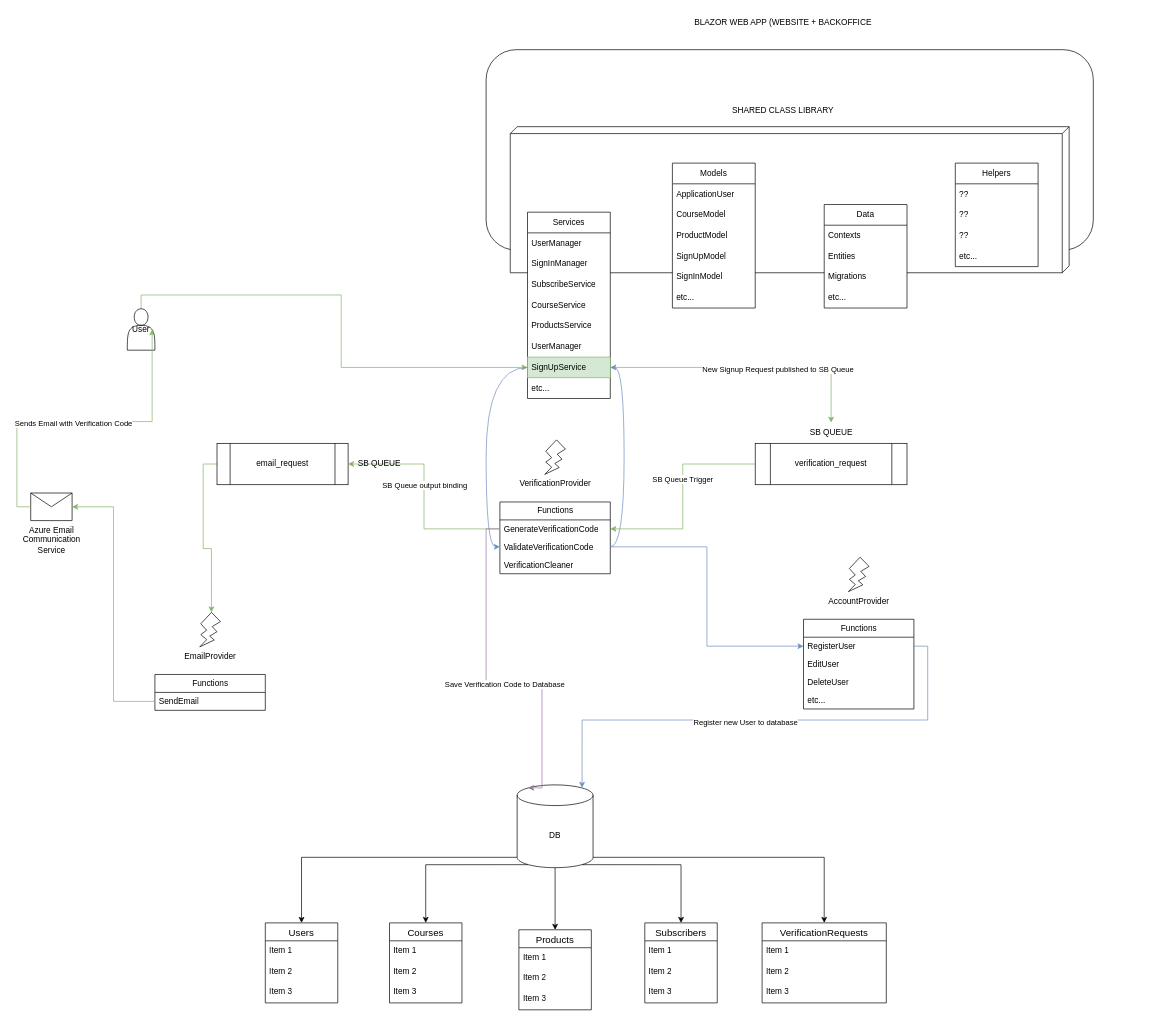
Above: silicon-infrastructure.drawio in silicon-jsb/planning (draw.io), before the change. Source tidied: cells renumbered, new cells numbered last; positions are measured from the earlier drawing's top-left corner, leaving out a move shared by most shapes. Both pictures are drawn from the tidied source at 69%, with x=0, y=0 at pixel (30, 12).
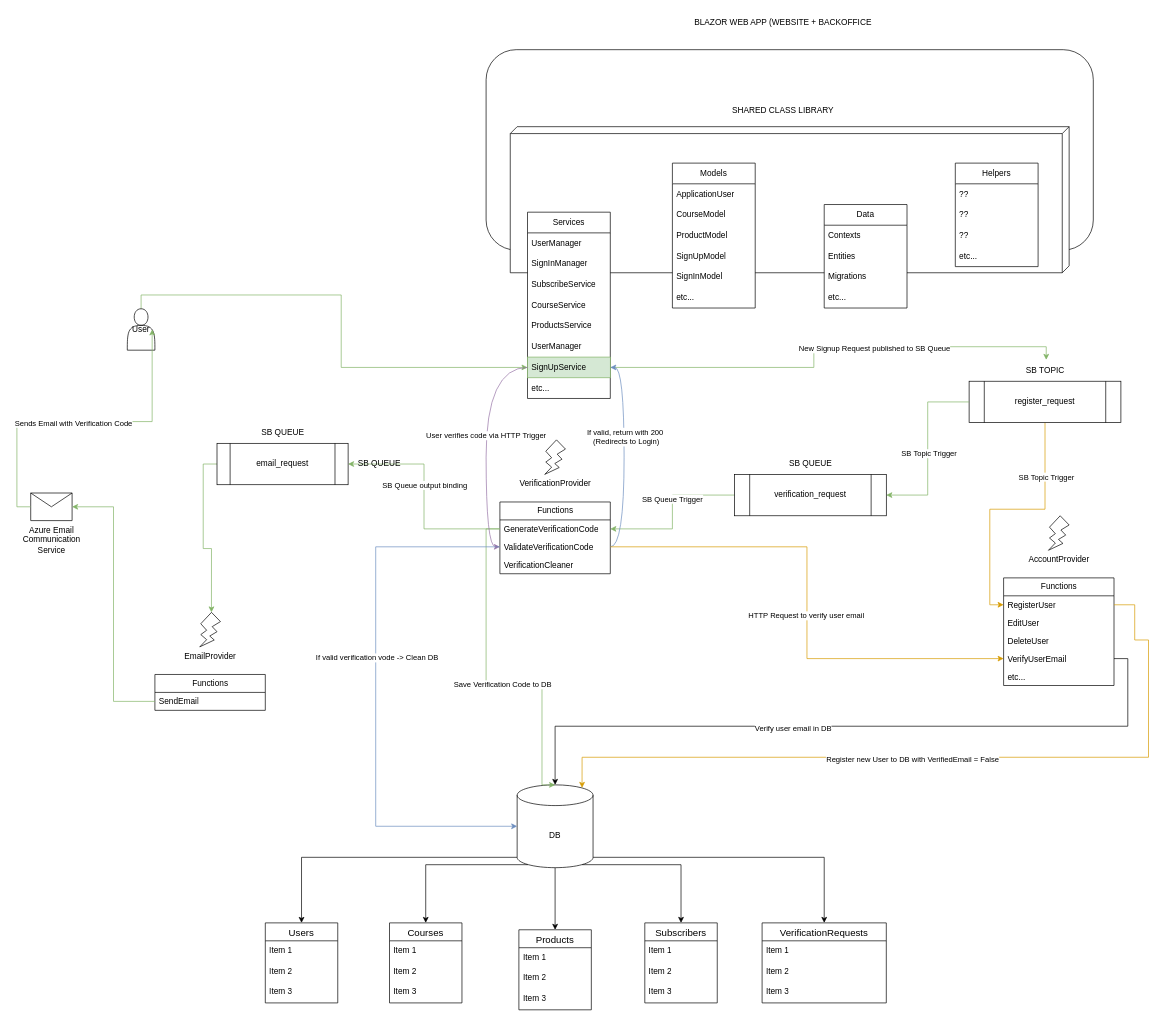
Above is the later version.

Unchanged cells that the change refers to:
```xml
<mxCell id="14" value="GenerateVerificationCode" style="text;strokeColor=none;fillColor=none;align=left;verticalAlign=top;spacingLeft=4;spacingRight=4;overflow=hidden;points=[[0,0.5],[1,0.5]];portConstraint=eastwest;whiteSpace=wrap;html=1;" parent="13" vertex="1">
  <mxGeometry y="26" width="160" height="26" as="geometry" />
</mxCell>
<mxCell id="15" value="ValidateVerificationCode" style="text;strokeColor=none;fillColor=none;align=left;verticalAlign=top;spacingLeft=4;spacingRight=4;overflow=hidden;points=[[0,0.5],[1,0.5]];portConstraint=eastwest;whiteSpace=wrap;html=1;" parent="13" vertex="1">
  <mxGeometry y="52" width="160" height="26" as="geometry" />
</mxCell>
<mxCell id="26" value="verification_request" style="shape=process;whiteSpace=wrap;html=1;backgroundOutline=1;" parent="25" vertex="1">
  <mxGeometry y="30" width="220" height="60" as="geometry" />
</mxCell>
<mxCell id="27" value="SB QUEUE" style="text;html=1;align=center;verticalAlign=middle;points=[];strokeColor=none;fillColor=none;" parent="25" vertex="1">
  <mxGeometry x="65" width="90" height="30" as="geometry" />
</mxCell>
<mxCell id="34" value="DB" style="shape=cylinder3;whiteSpace=wrap;html=1;boundedLbl=1;backgroundOutline=1;size=15;" parent="28" vertex="1">
  <mxGeometry x="365" width="110" height="120" as="geometry" />
</mxCell>
<mxCell id="70" value="SignUpService" style="text;strokeColor=#82b366;fillColor=#d5e8d4;align=left;verticalAlign=middle;spacingLeft=4;spacingRight=4;overflow=hidden;points=[[0,0.5],[1,0.5]];portConstraint=eastwest;whiteSpace=wrap;html=1;" parent="63" vertex="1">
  <mxGeometry y="210" width="120" height="30" as="geometry" />
</mxCell>
<mxCell id="92" value="RegisterUser" style="text;strokeColor=none;fillColor=none;align=left;verticalAlign=top;spacingLeft=4;spacingRight=4;overflow=hidden;points=[[0,0.5],[1,0.5]];portConstraint=eastwest;whiteSpace=wrap;html=1;" parent="91" vertex="1">
  <mxGeometry y="26" width="160" height="26" as="geometry" />
</mxCell>
```

What changed in the source:
```diff
@@
-    <mxCell id="3" value="email_request" style="shape=process;whiteSpace=wrap;html=1;backgroundOutline=1;" parent="1" vertex="1">
-      <mxGeometry x="270" y="625" width="190" height="60" as="geometry" />
-    </mxCell>
@@
     <mxCell id="25" style="group;" parent="1" vertex="1">
-      <mxGeometry x="1050" y="595" width="220" height="90" as="geometry" />
+      <mxGeometry x="1020" y="640" width="220" height="90" as="geometry" />
     </mxCell>
@@
-    <mxCell id="55" style="edgeStyle=orthogonalEdgeStyle;rounded=0;jettySize=auto;html=1;exitX=0;exitY=0.5;exitDx=0;exitDy=0;entryX=0.145;entryY=0;entryDx=0;entryDy=4.35;entryPerimeter=0;fillColor=#e1d5e7;strokeColor=#9673a6;" parent="1" edge="1" source="14" target="34">
+    <mxCell id="55" style="edgeStyle=orthogonalEdgeStyle;rounded=0;jettySize=auto;html=1;exitX=0;exitY=0.5;exitDx=0;exitDy=0;entryX=0.5;entryY=0;entryDx=0;entryDy=0;entryPerimeter=0;fillColor=#d5e8d4;strokeColor=#82b366;" parent="1" edge="1" source="14" target="34">
       <mxGeometry relative="1" as="geometry">
         <Array as="points">
           <mxPoint x="660" y="749" />
           <mxPoint x="660" y="971" />
           <mxPoint x="741" y="971" />
+          <mxPoint x="741" y="1120" />
         </Array>
       </mxGeometry>
     </mxCell>
-    <mxCell id="56" value="Save Verification Code to Database" style="edgeLabel;html=1;align=center;verticalAlign=middle;" parent="55" vertex="1">
+    <mxCell id="56" value="Save Verification Code to DB" style="edgeLabel;html=1;align=center;verticalAlign=middle;" parent="55" vertex="1">
       <mxGeometry x="0.08" y="-3" relative="1" as="geometry" />
     </mxCell>
@@
     <mxCell id="89" style="group;" parent="1" vertex="1">
-      <mxGeometry x="1120" y="790" width="160" height="194" as="geometry" />
+      <mxGeometry x="1410" y="730" width="160" height="194" as="geometry" />
     </mxCell>
@@
     <mxCell id="91" value="Functions" style="swimlane;fontStyle=0;horizontal=1;startSize=26;fillColor=none;html=1;" parent="89" vertex="1">
-      <mxGeometry y="90" width="160" height="130" as="geometry" />
+      <mxGeometry y="90" width="160" height="156" as="geometry" />
     </mxCell>
@@
-    <mxCell id="95" value="etc..." style="text;strokeColor=none;fillColor=none;align=left;verticalAlign=top;spacingLeft=4;spacingRight=4;overflow=hidden;points=[[0,0.5],[1,0.5]];portConstraint=eastwest;whiteSpace=wrap;html=1;" parent="91" vertex="1">
+    <mxCell id="95" value="VerifyUserEmail" style="text;strokeColor=none;fillColor=none;align=left;verticalAlign=top;spacingLeft=4;spacingRight=4;overflow=hidden;points=[[0,0.5],[1,0.5]];portConstraint=eastwest;whiteSpace=wrap;html=1;" parent="91" vertex="1">
       <mxGeometry y="104" width="160" height="26" as="geometry" />
     </mxCell>
+    <mxCell id="103" value="etc..." style="text;strokeColor=none;fillColor=none;align=left;verticalAlign=top;spacingLeft=4;spacingRight=4;overflow=hidden;whiteSpace=wrap;html=1;" parent="91" vertex="1">
+      <mxGeometry y="130" width="160" height="26" as="geometry" />
+    </mxCell>
-    <mxCell id="96" style="edgeStyle=orthogonalEdgeStyle;rounded=0;jettySize=auto;html=1;exitX=1;exitY=0.5;exitDx=0;exitDy=0;fillColor=#d5e8d4;strokeColor=#82b366;" parent="1" edge="1" source="70" target="27">
+    <mxCell id="96" style="edgeStyle=orthogonalEdgeStyle;rounded=0;jettySize=auto;html=1;exitX=1;exitY=0.5;exitDx=0;exitDy=0;fillColor=#d5e8d4;strokeColor=#82b366;entryX=0.522;entryY=-0.033;entryDx=0;entryDy=0;entryPerimeter=0;" parent="1" edge="1" source="70" target="111">
       <mxGeometry relative="1" as="geometry" />
     </mxCell>
@@
-    <mxCell id="98" style="edgeStyle=orthogonalEdgeStyle;rounded=0;jettySize=auto;html=1;exitX=0;exitY=0.5;exitDx=0;exitDy=0;entryX=0;entryY=0.5;entryDx=0;entryDy=0;curved=1;fillColor=#dae8fc;strokeColor=#6c8ebf;" parent="1" edge="1" source="70" target="15">
+    <mxCell id="98" style="edgeStyle=orthogonalEdgeStyle;rounded=0;jettySize=auto;html=1;exitX=0;exitY=0.5;exitDx=0;exitDy=0;entryX=0;entryY=0.5;entryDx=0;entryDy=0;curved=1;fillColor=#e1d5e7;strokeColor=#9673a6;" parent="1" edge="1" source="70" target="15">
       <mxGeometry relative="1" as="geometry" />
     </mxCell>
+    <mxCell id="104" value="User verifies code via HTTP Trigger" style="edgeLabel;html=1;align=center;verticalAlign=middle;" parent="98" vertex="1">
+      <mxGeometry x="-0.07" y="-1" relative="1" as="geometry" />
+    </mxCell>
     <mxCell id="99" style="edgeStyle=orthogonalEdgeStyle;rounded=0;jettySize=auto;html=1;entryX=1;entryY=0.5;entryDx=0;entryDy=0;curved=1;fillColor=#dae8fc;strokeColor=#6c8ebf;" parent="1" edge="1" source="15" target="70">
-      <mxGeometry relative="1" as="geometry" />
+      <mxGeometry relative="1" as="geometry">
+        <Array as="points">
+          <mxPoint x="860" y="775" />
+          <mxPoint x="860" y="515" />
+        </Array>
+      </mxGeometry>
     </mxCell>
+    <mxCell id="105" value="If valid, return with 200&amp;nbsp;&lt;div&gt;(Redirects to Login)&lt;/div&gt;" style="edgeLabel;html=1;align=center;verticalAlign=middle;" parent="99" vertex="1">
+      <mxGeometry x="0.2" y="-2" relative="1" as="geometry" />
+    </mxCell>
-    <mxCell id="100" style="edgeStyle=orthogonalEdgeStyle;rounded=0;jettySize=auto;html=1;exitX=1;exitY=0.5;exitDx=0;exitDy=0;entryX=0;entryY=0.5;entryDx=0;entryDy=0;fillColor=#dae8fc;strokeColor=#6c8ebf;" parent="1" edge="1" source="15" target="92">
+    <mxCell id="100" style="edgeStyle=orthogonalEdgeStyle;rounded=0;jettySize=auto;html=1;exitX=0.5;exitY=1;exitDx=0;exitDy=0;entryX=0;entryY=0.5;entryDx=0;entryDy=0;fillColor=#ffe6cc;strokeColor=#d79b00;" parent="1" edge="1" source="110" target="92">
       <mxGeometry relative="1" as="geometry" />
     </mxCell>
+    <mxCell id="106" value="SB Topic Trigger" style="edgeLabel;html=1;align=center;verticalAlign=middle;" parent="100" vertex="1">
+      <mxGeometry x="-0.57" y="1" relative="1" as="geometry" />
+    </mxCell>
-    <mxCell id="101" style="edgeStyle=orthogonalEdgeStyle;rounded=0;jettySize=auto;html=1;exitX=1;exitY=0.5;exitDx=0;exitDy=0;entryX=0.855;entryY=0;entryDx=0;entryDy=4.35;entryPerimeter=0;fillColor=#dae8fc;strokeColor=#6c8ebf;" parent="1" edge="1" source="92" target="34">
-      <mxGeometry relative="1" as="geometry" />
+    <mxCell id="101" style="edgeStyle=orthogonalEdgeStyle;rounded=0;jettySize=auto;html=1;exitX=1;exitY=0.5;exitDx=0;exitDy=0;entryX=0.855;entryY=0;entryDx=0;entryDy=4.35;entryPerimeter=0;fillColor=#ffe6cc;strokeColor=#d79b00;" parent="1" edge="1" source="92" target="34">
+      <mxGeometry relative="1" as="geometry">
+        <Array as="points">
+          <mxPoint x="1600" y="859" />
+          <mxPoint x="1600" y="910" />
+          <mxPoint x="1620" y="910" />
+          <mxPoint x="1620" y="1080" />
+          <mxPoint x="799" y="1080" />
+        </Array>
+      </mxGeometry>
     </mxCell>
-    <mxCell id="102" value="Register new User to database" style="edgeLabel;html=1;align=center;verticalAlign=middle;" parent="101" vertex="1">
+    <mxCell id="102" value="Register new User to DB with VerifiedEmail = False" style="edgeLabel;html=1;align=center;verticalAlign=middle;" parent="101" vertex="1">
       <mxGeometry x="0.08" y="2" relative="1" as="geometry" />
     </mxCell>
+    <mxCell id="107" style="edgeStyle=orthogonalEdgeStyle;rounded=0;jettySize=auto;html=1;exitX=0;exitY=0.5;exitDx=0;exitDy=0;entryX=0;entryY=0.5;entryDx=0;entryDy=0;entryPerimeter=0;fillColor=#dae8fc;strokeColor=#6c8ebf;" parent="1" edge="1" source="15" target="34">
+      <mxGeometry relative="1" as="geometry">
+        <Array as="points">
+          <mxPoint x="500" y="775" />
+          <mxPoint x="500" y="1180" />
+        </Array>
+      </mxGeometry>
+    </mxCell>
+    <mxCell id="108" value="If valid verification vode -&amp;gt; Clean DB" style="edgeLabel;html=1;align=center;verticalAlign=middle;" parent="107" vertex="1">
+      <mxGeometry x="-0.14" y="1" relative="1" as="geometry" />
+    </mxCell>
+    <mxCell id="109" style="group;" parent="1" vertex="1">
+      <mxGeometry x="1360" y="505" width="220" height="90" as="geometry" />
+    </mxCell>
+    <mxCell id="110" value="register_request" style="shape=process;whiteSpace=wrap;html=1;backgroundOutline=1;" parent="109" vertex="1">
+      <mxGeometry y="30" width="220" height="60" as="geometry" />
+    </mxCell>
+    <mxCell id="111" value="SB TOPIC" style="text;html=1;align=center;verticalAlign=middle;points=[];strokeColor=none;fillColor=none;" parent="109" vertex="1">
+      <mxGeometry x="70" width="80" height="30" as="geometry" />
+    </mxCell>
+    <mxCell id="112" style="group;" parent="1" vertex="1">
+      <mxGeometry x="270" y="595" width="190" height="90" as="geometry" />
+    </mxCell>
+    <mxCell id="3" value="email_request" style="shape=process;whiteSpace=wrap;html=1;backgroundOutline=1;" parent="112" vertex="1">
+      <mxGeometry y="30" width="190" height="60" as="geometry" />
+    </mxCell>
+    <mxCell id="113" value="SB QUEUE" style="text;html=1;align=center;verticalAlign=middle;strokeColor=none;fillColor=none;" parent="112" vertex="1">
+      <mxGeometry x="50" width="90" height="30" as="geometry" />
+    </mxCell>
+    <mxCell id="114" style="edgeStyle=orthogonalEdgeStyle;rounded=0;jettySize=auto;html=1;exitX=0;exitY=0.5;exitDx=0;exitDy=0;entryX=1;entryY=0.5;entryDx=0;entryDy=0;fillColor=#d5e8d4;strokeColor=#82b366;" parent="1" edge="1" source="110" target="26">
+      <mxGeometry relative="1" as="geometry" />
+    </mxCell>
+    <mxCell id="115" value="SB Topic Trigger" style="edgeLabel;html=1;align=center;verticalAlign=middle;" parent="114" vertex="1">
+      <mxGeometry x="0.05" y="1" relative="1" as="geometry" />
+    </mxCell>
+    <mxCell id="116" style="edgeStyle=orthogonalEdgeStyle;rounded=0;jettySize=auto;html=1;exitX=1;exitY=0.5;exitDx=0;exitDy=0;entryX=0;entryY=0.5;entryDx=0;entryDy=0;fillColor=#ffe6cc;strokeColor=#d79b00;" parent="1" edge="1" source="15" target="95">
+      <mxGeometry relative="1" as="geometry" />
+    </mxCell>
+    <mxCell id="117" value="HTTP Request to verify user email" style="edgeLabel;html=1;align=center;verticalAlign=middle;" parent="116" vertex="1">
+      <mxGeometry x="0.05" y="-2" relative="1" as="geometry" />
+    </mxCell>
+    <mxCell id="118" style="edgeStyle=orthogonalEdgeStyle;rounded=0;jettySize=auto;html=1;exitX=1;exitY=0.5;exitDx=0;exitDy=0;entryX=0.5;entryY=0;entryDx=0;entryDy=0;entryPerimeter=0;" parent="1" edge="1" source="95" target="34">
+      <mxGeometry relative="1" as="geometry" />
+    </mxCell>
+    <mxCell id="119" value="Verify user email in DB" style="edgeLabel;html=1;align=center;verticalAlign=middle;" parent="118" vertex="1">
+      <mxGeometry x="0.17" y="2" relative="1" as="geometry" />
+    </mxCell>
```
